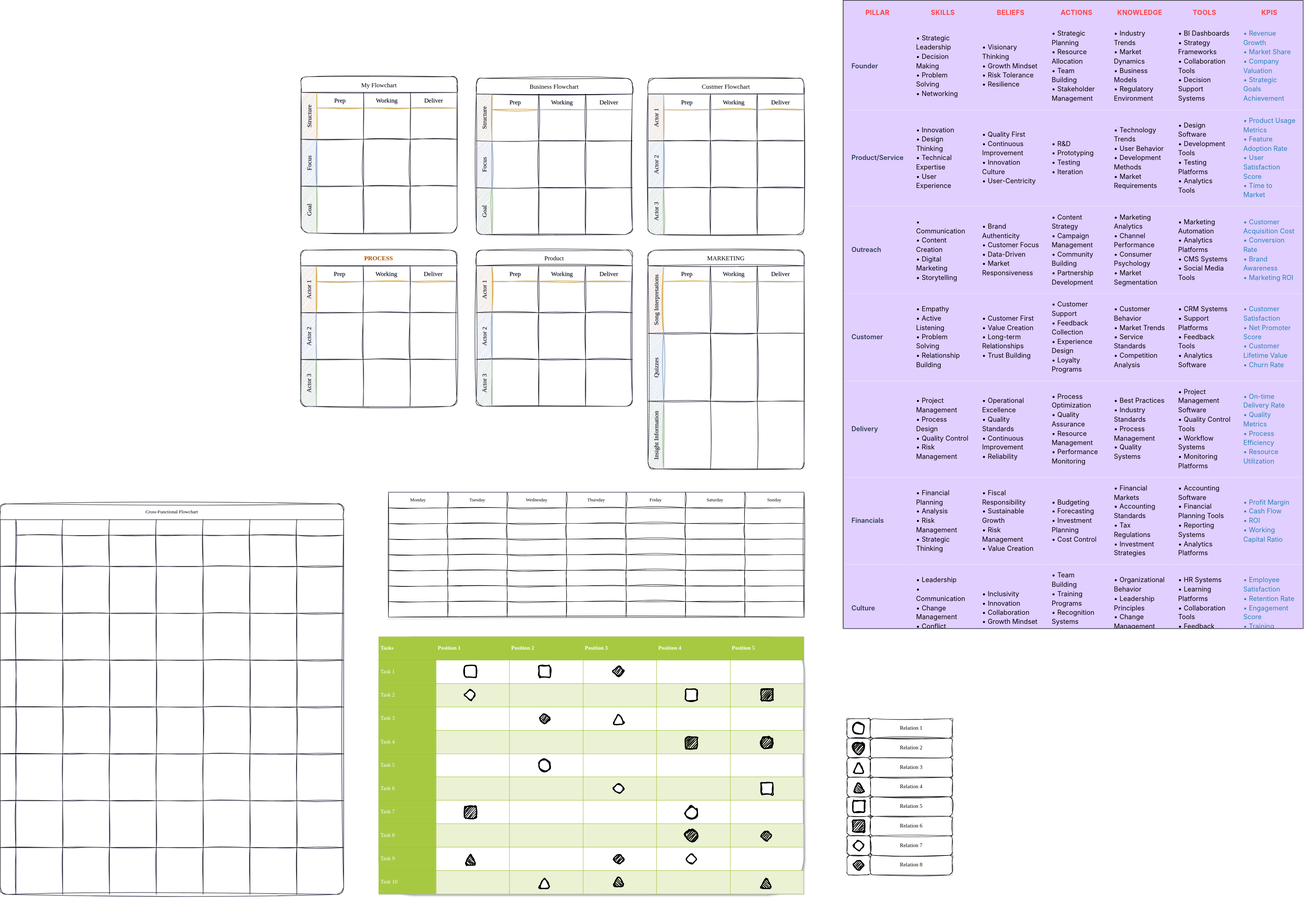
Earlier version of the draw.io export BASE.drawio.svg (HyperUpscale/folder). Source tidied: cells renumbered, new cells last; positions are measured from the earlier drawing's top-left corner, leaving out a move shared by most shapes.
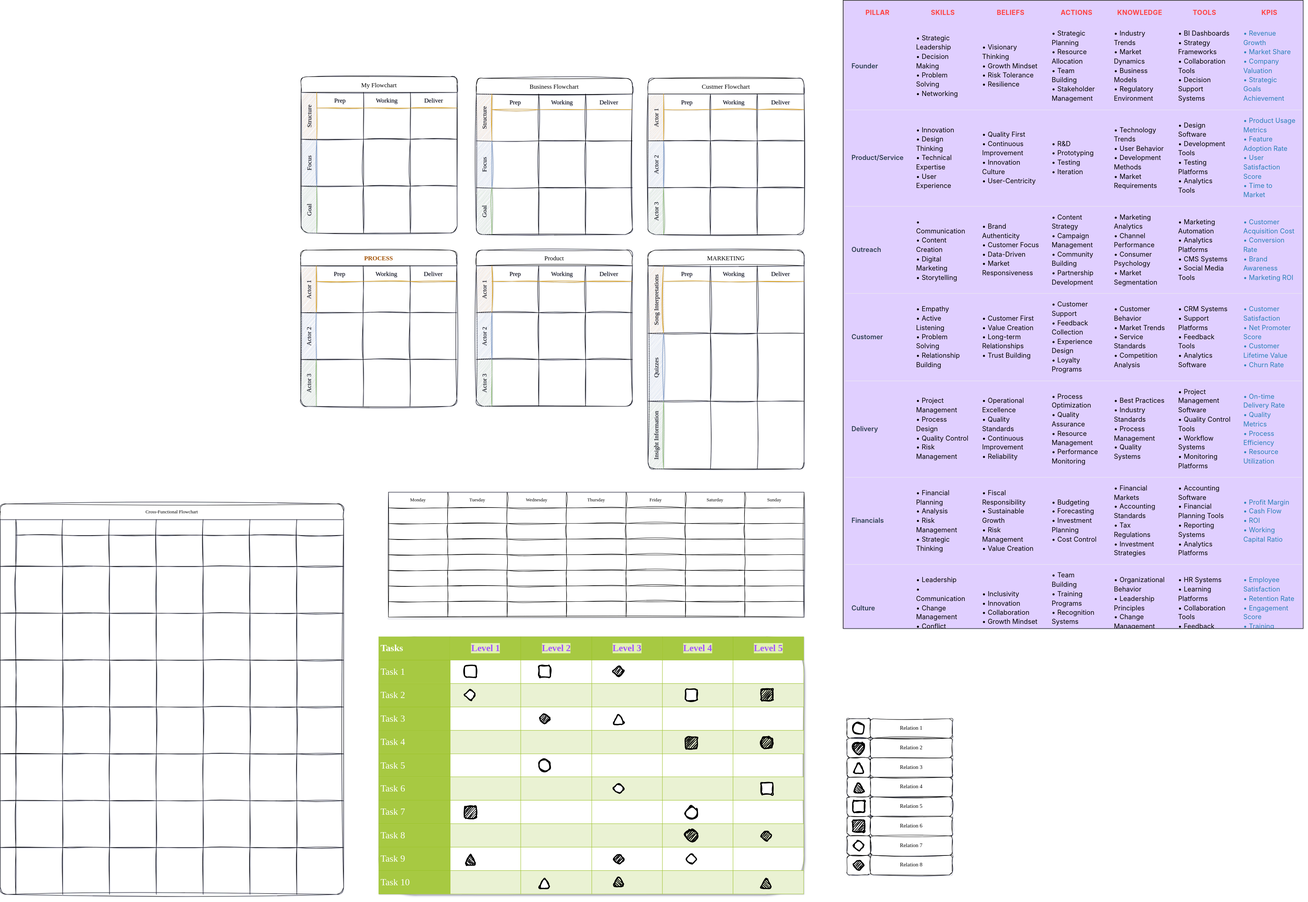
Later version of the same file.

Change to the diagram source:
```diff
@@ -443,7 +443,7 @@
     <mxCell id="148" value="Relation 1" style="whiteSpace=wrap;html=1;rounded=1;shadow=0;strokeWidth=1;fontSize=14;hachureGap=4;fontFamily=Architects Daughter;fontSource=https%3A%2F%2Ffonts.googleapis.com%2Fcss%3Ffamily%3DArchitects%2BDaughter;sketch=1;curveFitting=1;jiggle=2;" parent="1" vertex="1">
       <mxGeometry x="2230" y="1840" width="210" height="50" as="geometry" />
     </mxCell>
-    <mxCell id="149" value="&lt;table border=&quot;1&quot; width=&quot;100%&quot; cellpadding=&quot;4&quot; style=&quot;width: 100% ; height: 100% ; border-collapse: collapse&quot;&gt;&lt;tbody&gt;&lt;tr style=&quot;background-color: #a7c942 ; color: #ffffff ; border: 1px solid #98bf21&quot;&gt;&lt;th&gt;Tasks&lt;/th&gt;&lt;th&gt;Position 1&lt;/th&gt;&lt;th&gt;Position 2&lt;/th&gt;&lt;th&gt;Position 3&lt;/th&gt;&lt;th&gt;Position 4&lt;/th&gt;&lt;th&gt;Position 5&lt;/th&gt;&lt;/tr&gt;&lt;tr style=&quot;border: 1px solid #98bf21&quot;&gt;&lt;td style=&quot;background-color: #a7c942 ; color: #ffffff ; border: 1px solid #98bf21&quot;&gt;Task 1&lt;/td&gt;&lt;td&gt;&lt;/td&gt;&lt;td&gt;&lt;/td&gt;&lt;td&gt;&lt;br&gt;&lt;/td&gt;&lt;td&gt;&lt;br&gt;&lt;/td&gt;&lt;td&gt;&lt;br&gt;&lt;/td&gt;&lt;/tr&gt;&lt;tr style=&quot;background-color: #eaf2d3 ; border: 1px solid #98bf21&quot;&gt;&lt;td style=&quot;background-color: #a7c942 ; color: #ffffff ; border: 1px solid #98bf21&quot;&gt;Task 2&lt;/td&gt;&lt;td&gt;&lt;/td&gt;&lt;td&gt;&lt;/td&gt;&lt;td&gt;&lt;br&gt;&lt;/td&gt;&lt;td&gt;&lt;br&gt;&lt;/td&gt;&lt;td&gt;&lt;br&gt;&lt;/td&gt;&lt;/tr&gt;&lt;tr style=&quot;border: 1px solid #98bf21&quot;&gt;&lt;td style=&quot;background-color: #a7c942 ; color: #ffffff ; border: 1px solid #98bf21&quot;&gt;Task 3&lt;/td&gt;&lt;td&gt;&lt;/td&gt;&lt;td&gt;&lt;/td&gt;&lt;td&gt;&lt;br&gt;&lt;/td&gt;&lt;td&gt;&lt;br&gt;&lt;/td&gt;&lt;td&gt;&lt;br&gt;&lt;/td&gt;&lt;/tr&gt;&lt;tr style=&quot;background-color: #eaf2d3 ; border: 1px solid #98bf21&quot;&gt;&lt;td style=&quot;background-color: #a7c942 ; color: #ffffff ; border: 1px solid #98bf21&quot;&gt;Task 4&lt;/td&gt;&lt;td&gt;&lt;/td&gt;&lt;td&gt;&lt;/td&gt;&lt;td&gt;&lt;br&gt;&lt;/td&gt;&lt;td&gt;&lt;br&gt;&lt;/td&gt;&lt;td&gt;&lt;br&gt;&lt;/td&gt;&lt;/tr&gt;&lt;tr style=&quot;border: 1px solid #98bf21&quot;&gt;&lt;td style=&quot;background-color: #a7c942 ; color: #ffffff ; border: 1px solid #98bf21&quot;&gt;Task 5&lt;br&gt;&lt;/td&gt;&lt;td&gt;&lt;br&gt;&lt;/td&gt;&lt;td&gt;&lt;br&gt;&lt;/td&gt;&lt;td&gt;&lt;br&gt;&lt;/td&gt;&lt;td&gt;&lt;br&gt;&lt;/td&gt;&lt;td&gt;&lt;br&gt;&lt;/td&gt;&lt;/tr&gt;&lt;tr style=&quot;background-color: #eaf2d3 ; border: 1px solid #98bf21&quot;&gt;&lt;td style=&quot;background-color: #a7c942 ; color: #ffffff ; border: 1px solid #98bf21&quot;&gt;Task 6&lt;br&gt;&lt;/td&gt;&lt;td&gt;&lt;br&gt;&lt;/td&gt;&lt;td&gt;&lt;br&gt;&lt;/td&gt;&lt;td&gt;&lt;br&gt;&lt;/td&gt;&lt;td&gt;&lt;br&gt;&lt;/td&gt;&lt;td&gt;&lt;br&gt;&lt;/td&gt;&lt;/tr&gt;&lt;tr style=&quot;border: 1px solid #98bf21&quot;&gt;&lt;td style=&quot;background-color: #a7c942 ; color: #ffffff ; border: 1px solid #98bf21&quot;&gt;Task 7&lt;br&gt;&lt;/td&gt;&lt;td&gt;&lt;br&gt;&lt;/td&gt;&lt;td&gt;&lt;br&gt;&lt;/td&gt;&lt;td&gt;&lt;br&gt;&lt;/td&gt;&lt;td&gt;&lt;br&gt;&lt;/td&gt;&lt;td&gt;&lt;br&gt;&lt;/td&gt;&lt;/tr&gt;&lt;tr style=&quot;background-color: #eaf2d3 ; border: 1px solid #98bf21&quot;&gt;&lt;td style=&quot;background-color: #a7c942 ; color: #ffffff ; border: 1px solid #98bf21&quot;&gt;Task 8&lt;br&gt;&lt;/td&gt;&lt;td&gt;&lt;br&gt;&lt;/td&gt;&lt;td&gt;&lt;br&gt;&lt;/td&gt;&lt;td&gt;&lt;br&gt;&lt;/td&gt;&lt;td&gt;&lt;br&gt;&lt;/td&gt;&lt;td&gt;&lt;br&gt;&lt;/td&gt;&lt;/tr&gt;&lt;tr style=&quot;border: 1px solid #98bf21&quot;&gt;&lt;td style=&quot;background-color: #a7c942 ; color: #ffffff ; border: 1px solid #98bf21&quot;&gt;Task 9&lt;br&gt;&lt;/td&gt;&lt;td&gt;&lt;br&gt;&lt;/td&gt;&lt;td&gt;&lt;br&gt;&lt;/td&gt;&lt;td&gt;&lt;br&gt;&lt;/td&gt;&lt;td&gt;&lt;br&gt;&lt;/td&gt;&lt;td&gt;&lt;br&gt;&lt;/td&gt;&lt;/tr&gt;&lt;tr style=&quot;background-color: #eaf2d3 ; border: 1px solid #98bf21&quot;&gt;&lt;td style=&quot;background-color: #a7c942 ; color: #ffffff ; border: 1px solid #98bf21&quot;&gt;Task 10&lt;br&gt;&lt;/td&gt;&lt;td&gt;&lt;br&gt;&lt;/td&gt;&lt;td&gt;&lt;br&gt;&lt;/td&gt;&lt;td&gt;&lt;br&gt;&lt;/td&gt;&lt;td&gt;&lt;br&gt;&lt;/td&gt;&lt;td&gt;&lt;br&gt;&lt;/td&gt;&lt;/tr&gt;&lt;/tbody&gt;&lt;/table&gt;" style="text;html=1;strokeColor=#c0c0c0;fillColor=#ffffff;overflow=fill;rounded=1;shadow=1;fontSize=14;fontColor=#000000;fontFamily=Architects Daughter;fontSource=https%3A%2F%2Ffonts.googleapis.com%2Fcss%3Ffamily%3DArchitects%2BDaughter;sketch=1;curveFitting=1;jiggle=2;" parent="1" vertex="1">
+    <mxCell id="149" value="&lt;table border=&quot;1&quot; width=&quot;100%&quot; cellpadding=&quot;4&quot; style=&quot;width: 100% ; height: 100% ; border-collapse: collapse&quot;&gt;&lt;tbody style=&quot;font-size: 24px;&quot;&gt;&lt;tr style=&quot;background-color: #a7c942 ; color: #ffffff ; border: 1px solid #98bf21&quot;&gt;&lt;th&gt;Tasks&lt;/th&gt;&lt;th style=&quot;text-align: center;&quot;&gt;&lt;span style=&quot;background-color: rgb(226, 243, 176);&quot;&gt;&lt;font style=&quot;font-size: 24px;&quot; color=&quot;#a454ff&quot;&gt;Level 1&lt;/font&gt;&lt;/span&gt;&lt;/th&gt;&lt;th style=&quot;text-align: center;&quot;&gt;&lt;span style=&quot;background-color: rgb(226, 243, 176);&quot;&gt;&lt;font style=&quot;font-size: 24px;&quot; color=&quot;#a454ff&quot;&gt;Level 2&lt;/font&gt;&lt;/span&gt;&lt;/th&gt;&lt;th style=&quot;text-align: center;&quot;&gt;&lt;span style=&quot;background-color: rgb(226, 243, 176);&quot;&gt;&lt;font style=&quot;font-size: 24px;&quot; color=&quot;#a454ff&quot;&gt;Level 3&lt;/font&gt;&lt;/span&gt;&lt;/th&gt;&lt;th style=&quot;text-align: center;&quot;&gt;&lt;span style=&quot;background-color: rgb(226, 243, 176);&quot;&gt;&lt;font style=&quot;font-size: 24px;&quot; color=&quot;#a454ff&quot;&gt;Level 4&lt;/font&gt;&lt;/span&gt;&lt;/th&gt;&lt;th style=&quot;text-align: center;&quot;&gt;&lt;span style=&quot;background-color: rgb(226, 243, 176);&quot;&gt;&lt;font style=&quot;font-size: 24px;&quot; color=&quot;#a454ff&quot;&gt;Level 5&lt;/font&gt;&lt;/span&gt;&lt;/th&gt;&lt;/tr&gt;&lt;tr style=&quot;border: 1px solid #98bf21&quot;&gt;&lt;td style=&quot;background-color: #a7c942 ; color: #ffffff ; border: 1px solid #98bf21&quot;&gt;Task 1&lt;/td&gt;&lt;td&gt;&lt;/td&gt;&lt;td&gt;&lt;/td&gt;&lt;td&gt;&lt;br&gt;&lt;/td&gt;&lt;td&gt;&lt;br&gt;&lt;/td&gt;&lt;td&gt;&lt;br&gt;&lt;/td&gt;&lt;/tr&gt;&lt;tr style=&quot;background-color: #eaf2d3 ; border: 1px solid #98bf21&quot;&gt;&lt;td style=&quot;background-color: #a7c942 ; color: #ffffff ; border: 1px solid #98bf21&quot;&gt;Task 2&lt;/td&gt;&lt;td&gt;&lt;/td&gt;&lt;td&gt;&lt;/td&gt;&lt;td&gt;&lt;br&gt;&lt;/td&gt;&lt;td&gt;&lt;br&gt;&lt;/td&gt;&lt;td&gt;&lt;br&gt;&lt;/td&gt;&lt;/tr&gt;&lt;tr style=&quot;border: 1px solid #98bf21&quot;&gt;&lt;td style=&quot;background-color: #a7c942 ; color: #ffffff ; border: 1px solid #98bf21&quot;&gt;Task 3&lt;/td&gt;&lt;td&gt;&lt;/td&gt;&lt;td&gt;&lt;/td&gt;&lt;td&gt;&lt;br&gt;&lt;/td&gt;&lt;td&gt;&lt;br&gt;&lt;/td&gt;&lt;td&gt;&lt;br&gt;&lt;/td&gt;&lt;/tr&gt;&lt;tr style=&quot;background-color: #eaf2d3 ; border: 1px solid #98bf21&quot;&gt;&lt;td style=&quot;background-color: #a7c942 ; color: #ffffff ; border: 1px solid #98bf21&quot;&gt;Task 4&lt;/td&gt;&lt;td&gt;&lt;/td&gt;&lt;td&gt;&lt;/td&gt;&lt;td&gt;&lt;br&gt;&lt;/td&gt;&lt;td&gt;&lt;br&gt;&lt;/td&gt;&lt;td&gt;&lt;br&gt;&lt;/td&gt;&lt;/tr&gt;&lt;tr style=&quot;border: 1px solid #98bf21&quot;&gt;&lt;td style=&quot;background-color: #a7c942 ; color: #ffffff ; border: 1px solid #98bf21&quot;&gt;Task 5&lt;br&gt;&lt;/td&gt;&lt;td&gt;&lt;br&gt;&lt;/td&gt;&lt;td&gt;&lt;br&gt;&lt;/td&gt;&lt;td&gt;&lt;br&gt;&lt;/td&gt;&lt;td&gt;&lt;br&gt;&lt;/td&gt;&lt;td style=&quot;text-align: center;&quot;&gt;&lt;br&gt;&lt;/td&gt;&lt;/tr&gt;&lt;tr style=&quot;background-color: #eaf2d3 ; border: 1px solid #98bf21&quot;&gt;&lt;td style=&quot;background-color: #a7c942 ; color: #ffffff ; border: 1px solid #98bf21&quot;&gt;Task 6&lt;br&gt;&lt;/td&gt;&lt;td&gt;&lt;br&gt;&lt;/td&gt;&lt;td&gt;&lt;br&gt;&lt;/td&gt;&lt;td&gt;&lt;br&gt;&lt;/td&gt;&lt;td&gt;&lt;br&gt;&lt;/td&gt;&lt;td&gt;&lt;br&gt;&lt;/td&gt;&lt;/tr&gt;&lt;tr style=&quot;border: 1px solid #98bf21&quot;&gt;&lt;td style=&quot;background-color: #a7c942 ; color: #ffffff ; border: 1px solid #98bf21&quot;&gt;Task 7&lt;br&gt;&lt;/td&gt;&lt;td&gt;&lt;br&gt;&lt;/td&gt;&lt;td&gt;&lt;br&gt;&lt;/td&gt;&lt;td&gt;&lt;br&gt;&lt;/td&gt;&lt;td&gt;&lt;br&gt;&lt;/td&gt;&lt;td&gt;&lt;br&gt;&lt;/td&gt;&lt;/tr&gt;&lt;tr style=&quot;background-color: #eaf2d3 ; border: 1px solid #98bf21&quot;&gt;&lt;td style=&quot;background-color: #a7c942 ; color: #ffffff ; border: 1px solid #98bf21&quot;&gt;Task 8&lt;br&gt;&lt;/td&gt;&lt;td&gt;&lt;br&gt;&lt;/td&gt;&lt;td&gt;&lt;br&gt;&lt;/td&gt;&lt;td&gt;&lt;br&gt;&lt;/td&gt;&lt;td&gt;&lt;br&gt;&lt;/td&gt;&lt;td&gt;&lt;br&gt;&lt;/td&gt;&lt;/tr&gt;&lt;tr style=&quot;border: 1px solid #98bf21&quot;&gt;&lt;td style=&quot;background-color: #a7c942 ; color: #ffffff ; border: 1px solid #98bf21&quot;&gt;Task 9&lt;br&gt;&lt;/td&gt;&lt;td&gt;&lt;br&gt;&lt;/td&gt;&lt;td&gt;&lt;br&gt;&lt;/td&gt;&lt;td&gt;&lt;br&gt;&lt;/td&gt;&lt;td&gt;&lt;br&gt;&lt;/td&gt;&lt;td&gt;&lt;br&gt;&lt;/td&gt;&lt;/tr&gt;&lt;tr style=&quot;background-color: #eaf2d3 ; border: 1px solid #98bf21&quot;&gt;&lt;td style=&quot;background-color: #a7c942 ; color: #ffffff ; border: 1px solid #98bf21&quot;&gt;Task 10&lt;br&gt;&lt;/td&gt;&lt;td&gt;&lt;br&gt;&lt;/td&gt;&lt;td&gt;&lt;br&gt;&lt;/td&gt;&lt;td&gt;&lt;br&gt;&lt;/td&gt;&lt;td&gt;&lt;br&gt;&lt;/td&gt;&lt;td&gt;&lt;br&gt;&lt;/td&gt;&lt;/tr&gt;&lt;/tbody&gt;&lt;/table&gt;" style="text;html=1;strokeColor=#c0c0c0;fillColor=#ffffff;overflow=fill;rounded=1;shadow=1;fontSize=14;fontColor=#000000;fontFamily=Architects Daughter;fontSource=https%3A%2F%2Ffonts.googleapis.com%2Fcss%3Ffamily%3DArchitects%2BDaughter;sketch=1;curveFitting=1;jiggle=2;" parent="1" vertex="1">
       <mxGeometry x="970" y="1630" width="1090" height="660" as="geometry" />
     </mxCell>
     <mxCell id="150" style="ellipse;whiteSpace=wrap;html=1;rounded=1;shadow=0;strokeWidth=3;fontSize=14;hachureGap=4;fontFamily=Architects Daughter;fontSource=https%3A%2F%2Ffonts.googleapis.com%2Fcss%3Ffamily%3DArchitects%2BDaughter;sketch=1;curveFitting=1;jiggle=2;" parent="1" vertex="1">
```
